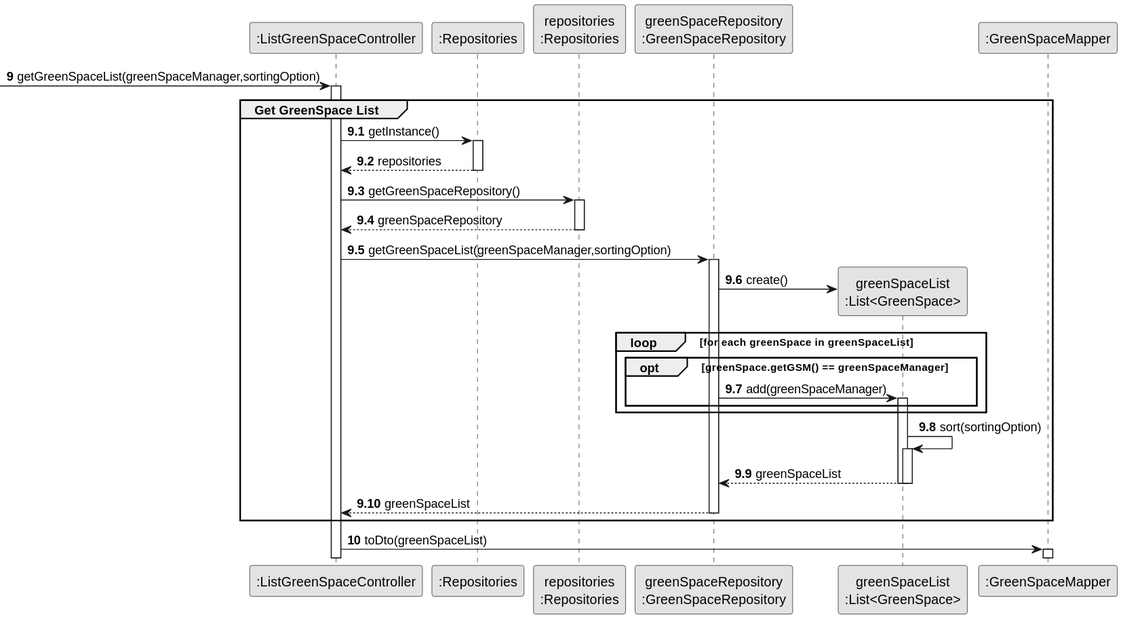
Above: docs/sprintC/us027/03.design/svg/us027-sequence-diagram-partial-get-GreenSpace-list.svg in diogoveirospro/lei-24-s2-1dg-g072 (PlantUML), before the change.
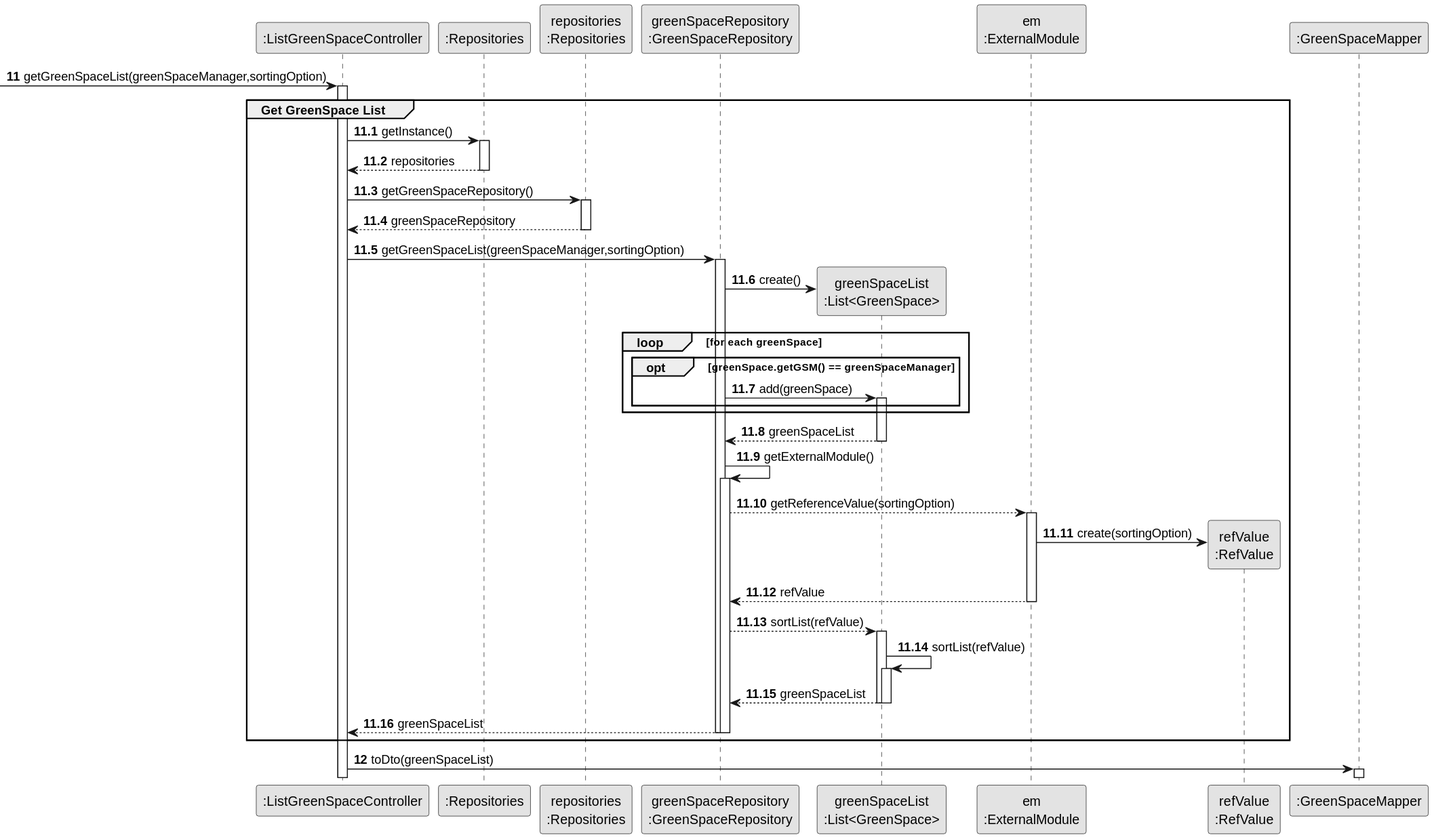
The same file after the commit.

Change to the diagram source:
```diff
@@ -11,12 +11,14 @@
 participant "repositories\n:Repositories" as REP
 participant "greenSpaceRepository\n:GreenSpaceRepository" as greenSpaceRepository
 participant "greenSpaceList\n:List<GreenSpace>" as greenSpaceList
+participant "em\n:ExternalModule" as EM
+participant "refValue\n:RefValue" as RefValue
 participant ":GreenSpaceMapper" as Mapper
 
-autonumber 9
+autonumber 11
 
  -> CTRL : getGreenSpaceList(greenSpaceManager,sortingOption)
-autonumber 9.1
+autonumber 11.1
 activate CTRL
     group Get GreenSpace List
 
@@ -40,9 +42,9 @@
                 activate greenSpaceRepository
 
                         greenSpaceRepository -> greenSpaceList**: create()
-                        loop for each greenSpace in greenSpaceList
+                        loop for each greenSpace
 opt greenSpace.getGSM() == greenSpaceManager
-                            greenSpaceRepository -> greenSpaceList : add(greenSpaceManager)
+                            greenSpaceRepository -> greenSpaceList : add(greenSpace)
                                 activate greenSpaceList
 
 
@@ -52,24 +54,40 @@
                                         end
 
                                         end
-                                        greenSpaceList -> greenSpaceList : sort(sortingOption)
+                                        greenSpaceList --> greenSpaceRepository : greenSpaceList
+                                deactivate greenSpaceList
+                                    greenSpaceRepository -> greenSpaceRepository : getExternalModule()
+
+                                    activate greenSpaceRepository
+
+                                        greenSpaceRepository --> EM : getReferenceValue(sortingOption)
+                                        activate EM
+
+                                                EM -> RefValue** : create(sortingOption)
+                                        EM --> greenSpaceRepository : refValue
+                                        deactivate EM
+
+                                        greenSpaceRepository --> greenSpaceList : sortList(refValue)
                                         activate greenSpaceList
+                                                greenSpaceList -> greenSpaceList : sortList(refValue)
+                                                activate greenSpaceList
 
-                                                greenSpaceList --> greenSpaceRepository: greenSpaceList
+                                                    greenSpaceList --> greenSpaceRepository : greenSpaceList
+                                                deactivate greenSpaceList
 
                                         deactivate greenSpaceList
 
-                                deactivate greenSpaceList
 
                         greenSpaceRepository --> CTRL : greenSpaceList
 
 
                 deactivate greenSpaceRepository
 
+    deactivate greenSpaceRepository
 
 
     end
-    autonumber 10
+    autonumber 12
     CTRL -> Mapper : toDto(greenSpaceList)
         activate Mapper
 @enduml
```
